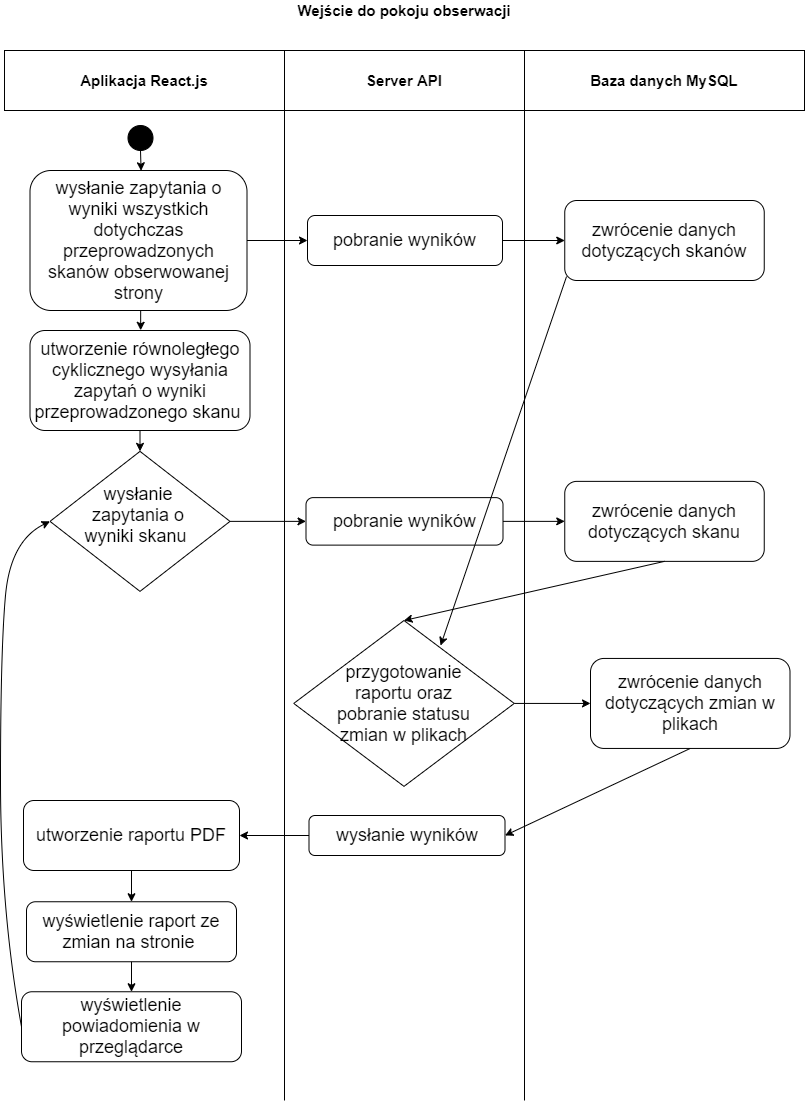
The draw.io diagram pdf/UML/observe-monitor-activity-uml.png in JanKulbinski/WebsiteMonitor, before a commit. Source tidied: cells renumbered, new cells last; positions are measured from the earlier drawing's top-left corner, leaving out a move shared by most shapes.
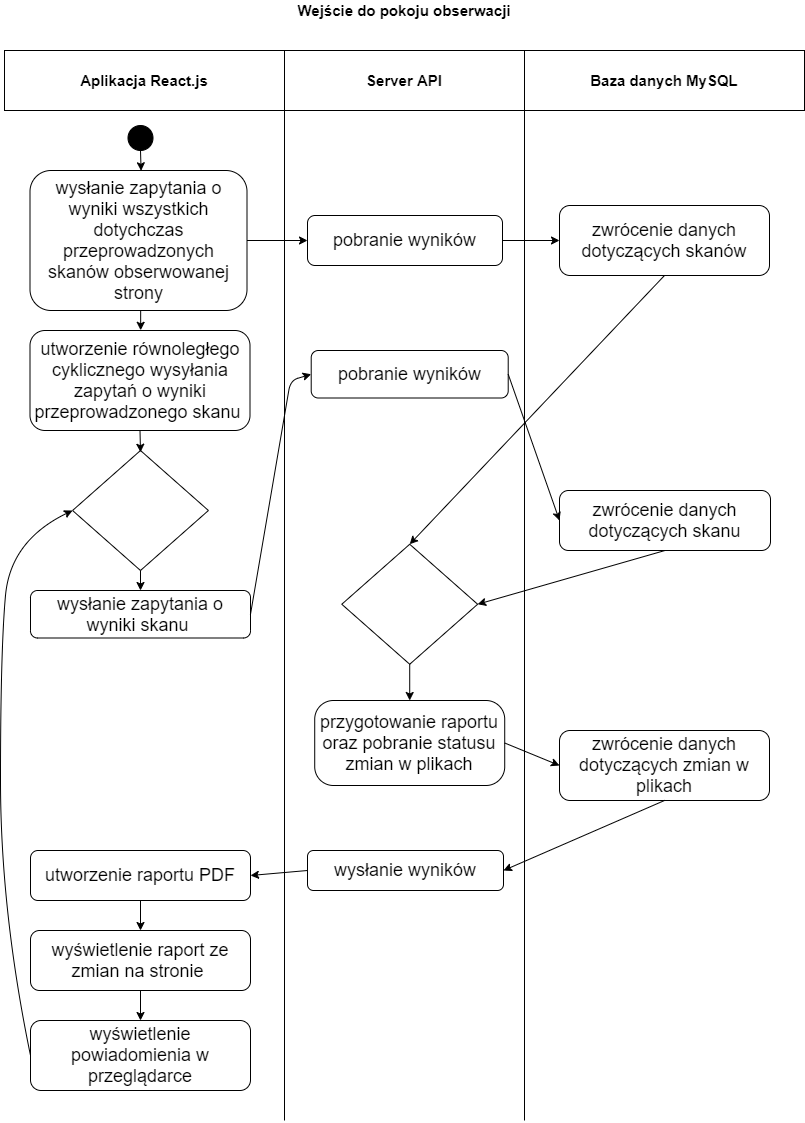
Above is the later version.

What changed in the source:
```diff
@@ -6,7 +6,7 @@
       <mxGeometry x="307" y="215" width="195" height="50" as="geometry" />
     </mxCell>
     <mxCell id="3" value="&lt;span style=&quot;font-size: 18px&quot;&gt;zwrócenie danych dotyczących zmian w plikach&lt;/span&gt;" style="rounded=1;whiteSpace=wrap;html=1;fillColor=none;" parent="1" vertex="1">
-      <mxGeometry x="590" y="657.9" width="199.5" height="90" as="geometry" />
+      <mxGeometry x="559" y="730" width="210" height="70" as="geometry" />
     </mxCell>
     <mxCell id="4" value="&lt;b&gt;&lt;font style=&quot;font-size: 15px&quot;&gt;Wejście do pokoju obserwacji&lt;/font&gt;&lt;/b&gt;" style="text;html=1;strokeColor=none;fillColor=none;align=center;verticalAlign=middle;whiteSpace=wrap;rounded=0;" parent="1" vertex="1">
       <mxGeometry x="241" width="326" height="20" as="geometry" />
@@ -17,23 +17,27 @@
     <mxCell id="6" style="endArrow=classic;html=1;exitX=0.5;exitY=1;exitDx=0;exitDy=0;entryX=0.512;entryY=0.002;entryDx=0;entryDy=0;entryPerimeter=0;" parent="1" edge="1" source="5" target="13">
       <mxGeometry relative="1" as="geometry" />
     </mxCell>
-    <mxCell id="7" style="endArrow=classic;html=1;entryX=0;entryY=0.5;entryDx=0;entryDy=0;exitX=1;exitY=0.5;exitDx=0;exitDy=0;" parent="1" edge="1" source="37" target="15">
-      <mxGeometry relative="1" as="geometry" />
+    <mxCell id="7" style="endArrow=classic;html=1;entryX=0;entryY=0.5;entryDx=0;entryDy=0;exitX=1;exitY=0.5;exitDx=0;exitDy=0;" parent="1" edge="1" source="36" target="15">
+      <mxGeometry relative="1" as="geometry">
+        <Array as="points">
+          <mxPoint x="290" y="380" />
+        </Array>
+      </mxGeometry>
     </mxCell>
     <mxCell id="8" value="&lt;span style=&quot;font-size: 18px&quot;&gt;wyświetlenie raport ze zmian na stronie&amp;nbsp;&lt;/span&gt;" style="rounded=1;whiteSpace=wrap;html=1;fillColor=none;" parent="1" vertex="1">
-      <mxGeometry x="26" y="901.2" width="210" height="60" as="geometry" />
+      <mxGeometry x="30" y="930" width="220" height="60" as="geometry" />
     </mxCell>
     <mxCell id="9" style="endArrow=classic;html=1;fontSize=16;exitX=1;exitY=0.5;exitDx=0;exitDy=0;entryX=0;entryY=0.5;entryDx=0;entryDy=0;" parent="1" edge="1" source="2" target="16">
       <mxGeometry relative="1" as="geometry" />
     </mxCell>
     <mxCell id="10" style="endArrow=none;html=1;fontSize=15;entryX=0;entryY=1;entryDx=0;entryDy=0;" parent="1" edge="1" target="22">
       <mxGeometry relative="1" as="geometry">
-        <mxPoint x="524" y="1100" as="sourcePoint" />
+        <mxPoint x="524" y="1120" as="sourcePoint" />
       </mxGeometry>
     </mxCell>
     <mxCell id="11" style="endArrow=none;html=1;fontSize=15;entryX=0;entryY=1;entryDx=0;entryDy=0;" parent="1" edge="1" target="21">
       <mxGeometry relative="1" as="geometry">
-        <mxPoint x="284" y="1100" as="sourcePoint" />
+        <mxPoint x="284" y="1120" as="sourcePoint" />
       </mxGeometry>
     </mxCell>
     <mxCell id="12" style="endArrow=classic;html=1;exitX=0.5;exitY=1;exitDx=0;exitDy=0;entryX=1;entryY=0.5;entryDx=0;entryDy=0;" parent="1" edge="1" source="3" target="28">
@@ -46,16 +50,16 @@
       <mxGeometry x="29.5" y="330" width="220" height="100" as="geometry" />
     </mxCell>
     <mxCell id="15" value="&lt;span style=&quot;font-size: 18px&quot;&gt;pobranie wyników&lt;/span&gt;" style="rounded=1;whiteSpace=wrap;html=1;fillColor=none;" parent="1" vertex="1">
-      <mxGeometry x="305.5" y="497.1" width="197" height="47.5" as="geometry" />
+      <mxGeometry x="310.7" y="350" width="197" height="47.5" as="geometry" />
     </mxCell>
     <mxCell id="16" value="&lt;span style=&quot;font-size: 18px&quot;&gt;zwrócenie danych dotyczących skanów&lt;/span&gt;" style="rounded=1;whiteSpace=wrap;html=1;fillColor=none;" parent="1" vertex="1">
-      <mxGeometry x="564.2" y="200" width="199.5" height="80" as="geometry" />
+      <mxGeometry x="559" y="205" width="210" height="70" as="geometry" />
     </mxCell>
     <mxCell id="17" value="&lt;span style=&quot;font-size: 18px&quot;&gt;wyświetlenie powiadomienia w przeglądarce&lt;/span&gt;" style="rounded=1;whiteSpace=wrap;html=1;fillColor=none;" parent="1" vertex="1">
-      <mxGeometry x="21" y="991.2" width="220" height="70" as="geometry" />
+      <mxGeometry x="30" y="1020" width="220" height="70" as="geometry" />
     </mxCell>
     <mxCell id="18" value="&lt;span style=&quot;font-size: 18px&quot;&gt;utworzenie raportu PDF&lt;/span&gt;" style="rounded=1;whiteSpace=wrap;html=1;fillColor=none;" parent="1" vertex="1">
-      <mxGeometry x="23" y="800" width="216" height="70" as="geometry" />
+      <mxGeometry x="30" y="850" width="220" height="50" as="geometry" />
     </mxCell>
     <mxCell id="19" style="endArrow=classic;html=1;exitX=1;exitY=0.5;exitDx=0;exitDy=0;entryX=0;entryY=0.5;entryDx=0;entryDy=0;" parent="1" edge="1" source="13" target="2">
       <mxGeometry relative="1" as="geometry" />
@@ -72,20 +76,20 @@
     <mxCell id="23" style="endArrow=classic;html=1;fontSize=16;exitX=1;exitY=0.5;exitDx=0;exitDy=0;entryX=0;entryY=0.5;entryDx=0;entryDy=0;" parent="1" edge="1" source="15" target="26">
       <mxGeometry relative="1" as="geometry" />
     </mxCell>
-    <mxCell id="24" style="endArrow=classic;html=1;exitX=0.009;exitY=0.95;exitDx=0;exitDy=0;exitPerimeter=0;entryX=0.666;entryY=0.151;entryDx=0;entryDy=0;entryPerimeter=0;" parent="1" edge="1" source="16" target="38">
+    <mxCell id="24" style="endArrow=classic;html=1;exitX=0.5;exitY=1;exitDx=0;exitDy=0;entryX=0;entryY=0.5;entryDx=0;entryDy=0;" parent="1" edge="1" source="16" target="38">
       <mxGeometry relative="1" as="geometry" />
     </mxCell>
-    <mxCell id="25" style="endArrow=classic;html=1;exitX=1;exitY=0.5;exitDx=0;exitDy=0;entryX=0;entryY=0.5;entryDx=0;entryDy=0;" parent="1" edge="1" source="38" target="3">
+    <mxCell id="25" style="endArrow=classic;html=1;entryX=0;entryY=0.5;entryDx=0;entryDy=0;exitX=1;exitY=0.5;exitDx=0;exitDy=0;" parent="1" edge="1" source="35" target="3">
       <mxGeometry relative="1" as="geometry" />
     </mxCell>
     <mxCell id="26" value="&lt;span style=&quot;font-size: 18px&quot;&gt;zwrócenie danych dotyczących skanu&lt;/span&gt;" style="rounded=1;whiteSpace=wrap;html=1;fillColor=none;" parent="1" vertex="1">
-      <mxGeometry x="564.2" y="480.9" width="199.5" height="80" as="geometry" />
+      <mxGeometry x="559" y="490" width="211" height="60" as="geometry" />
     </mxCell>
     <mxCell id="27" style="endArrow=classic;html=1;exitX=0.5;exitY=1;exitDx=0;exitDy=0;entryX=0.5;entryY=0;entryDx=0;entryDy=0;" parent="1" edge="1" source="26" target="38">
       <mxGeometry relative="1" as="geometry" />
     </mxCell>
     <mxCell id="28" value="&lt;span style=&quot;font-size: 18px&quot;&gt;wysłanie wyników&lt;/span&gt;" style="rounded=1;whiteSpace=wrap;html=1;fillColor=none;" parent="1" vertex="1">
-      <mxGeometry x="308.5" y="815" width="196" height="40" as="geometry" />
+      <mxGeometry x="307" y="850" width="196" height="40" as="geometry" />
     </mxCell>
     <mxCell id="29" style="endArrow=classic;html=1;entryX=1;entryY=0.5;entryDx=0;entryDy=0;exitX=0;exitY=0.5;exitDx=0;exitDy=0;" parent="1" edge="1" source="28" target="18">
       <mxGeometry relative="1" as="geometry" />
@@ -93,13 +97,15 @@
     <mxCell id="30" style="endArrow=classic;html=1;exitX=0.5;exitY=1;exitDx=0;exitDy=0;entryX=0.5;entryY=0;entryDx=0;entryDy=0;" parent="1" edge="1" source="8" target="17">
       <mxGeometry relative="1" as="geometry" />
     </mxCell>
-    <mxCell id="31" style="endArrow=classic;html=1;exitX=0.5;exitY=1;exitDx=0;exitDy=0;entryX=0.5;entryY=0;entryDx=0;entryDy=0;" parent="1" edge="1" source="14" target="37">
-      <mxGeometry relative="1" as="geometry" />
+    <mxCell id="31" style="endArrow=classic;html=1;exitX=0.5;exitY=1;exitDx=0;exitDy=0;entryX=0.5;entryY=0;entryDx=0;entryDy=0;" parent="1" edge="1" source="14">
+      <mxGeometry relative="1" as="geometry">
+        <mxPoint x="140" y="451.7" as="targetPoint" />
+      </mxGeometry>
     </mxCell>
     <mxCell id="32" style="endArrow=classic;html=1;exitX=0.5;exitY=1;exitDx=0;exitDy=0;entryX=0.5;entryY=0;entryDx=0;entryDy=0;" parent="1" edge="1" source="18" target="8">
       <mxGeometry relative="1" as="geometry" />
     </mxCell>
-    <mxCell id="33" style="curved=1;endArrow=classic;html=1;exitX=0;exitY=0.5;exitDx=0;exitDy=0;entryX=0;entryY=0.5;entryDx=0;entryDy=0;" parent="1" edge="1" source="17" target="37">
+    <mxCell id="33" style="curved=1;endArrow=classic;html=1;exitX=0;exitY=0.5;exitDx=0;exitDy=0;entryX=0.5;entryY=1;entryDx=0;entryDy=0;" parent="1" edge="1" source="17" target="42">
       <mxGeometry relative="1" as="geometry">
         <Array as="points">
           <mxPoint y="910" />
@@ -111,17 +117,26 @@
     <mxCell id="34" style="endArrow=classic;html=1;exitX=0.51;exitY=1.003;exitDx=0;exitDy=0;exitPerimeter=0;entryX=0.503;entryY=-0.002;entryDx=0;entryDy=0;entryPerimeter=0;" parent="1" edge="1" source="13" target="14">
       <mxGeometry relative="1" as="geometry" />
     </mxCell>
+    <mxCell id="38" style="rhombus;whiteSpace=wrap;html=1;gradientColor=#ffffff;fillColor=none;direction=south;" parent="1" vertex="1">
+      <mxGeometry x="341.3" y="543.8" width="135.9" height="120" as="geometry" />
+    </mxCell>
+    <mxCell id="36" value="&lt;span style=&quot;font-size: 18px&quot;&gt;wysłanie zapytania o wyniki skanu&amp;nbsp;&lt;/span&gt;" style="rounded=1;whiteSpace=wrap;html=1;fillColor=none;" parent="1" vertex="1">
+      <mxGeometry x="30" y="590" width="220" height="47.5" as="geometry" />
+    </mxCell>
+    <mxCell id="39" style="endArrow=classic;html=1;exitX=1;exitY=0.5;exitDx=0;exitDy=0;entryX=0.5;entryY=0;entryDx=0;entryDy=0;" parent="1" edge="1" source="42" target="36">
+      <mxGeometry relative="1" as="geometry" />
+    </mxCell>
-    <mxCell id="35" value="&lt;span style=&quot;font-size: 18px&quot;&gt;przygotowanie raportu oraz pobranie statusu zmian w plikach&lt;/span&gt;" style="text;html=1;strokeColor=none;fillColor=none;align=center;verticalAlign=middle;whiteSpace=wrap;rounded=0;" parent="1" vertex="1">
-      <mxGeometry x="318" y="668.8" width="171" height="68.2" as="geometry" />
+    <mxCell id="35" value="&lt;span style=&quot;color: rgb(0 , 0 , 0) ; font-family: &amp;#34;helvetica&amp;#34; ; font-size: 18px ; font-style: normal ; font-weight: 400 ; letter-spacing: normal ; text-align: center ; text-indent: 0px ; text-transform: none ; word-spacing: 0px ; display: inline ; float: none&quot;&gt;przygotowanie raportu oraz pobranie statusu zmian w plikach&lt;/span&gt;" style="rounded=1;whiteSpace=wrap;html=1;fillColor=none;arcSize=22;" parent="1" vertex="1">
+      <mxGeometry x="314.2" y="700" width="190" height="85" as="geometry" />
     </mxCell>
-    <mxCell id="36" value="&lt;span style=&quot;font-size: 18px&quot;&gt;wysłanie zapytania o wyniki skanu&amp;nbsp;&lt;/span&gt;" style="text;html=1;strokeColor=none;fillColor=none;align=center;verticalAlign=middle;whiteSpace=wrap;rounded=0;" parent="1" vertex="1">
-      <mxGeometry x="68" y="490" width="140" height="50" as="geometry" />
-    </mxCell>
-    <mxCell id="37" style="rhombus;whiteSpace=wrap;html=1;gradientColor=#ffffff;fillColor=none;" parent="1" vertex="1">
-      <mxGeometry x="49.5" y="450.9" width="180" height="140" as="geometry" />
-    </mxCell>
-    <mxCell id="38" style="rhombus;whiteSpace=wrap;html=1;gradientColor=#ffffff;fillColor=none;" parent="1" vertex="1">
-      <mxGeometry x="293.2" y="620" width="220.5" height="165.9" as="geometry" />
-    </mxCell>
+    <mxCell id="40" style="edgeStyle=orthogonalEdgeStyle;rounded=0;orthogonalLoop=1;jettySize=auto;html=1;exitX=0.5;exitY=1;exitDx=0;exitDy=0;" parent="1" edge="1" source="15" target="15">
+      <mxGeometry relative="1" as="geometry" />
+    </mxCell>
+    <mxCell id="41" style="endArrow=classic;html=1;exitX=1;exitY=0.5;exitDx=0;exitDy=0;entryX=0.5;entryY=0;entryDx=0;entryDy=0;" parent="1" edge="1" source="38" target="35">
+      <mxGeometry relative="1" as="geometry" />
+    </mxCell>
+    <mxCell id="42" style="rhombus;whiteSpace=wrap;html=1;gradientColor=#ffffff;fillColor=none;direction=south;" parent="1" vertex="1">
+      <mxGeometry x="72.1" y="450" width="135.9" height="120" as="geometry" />
+    </mxCell>
   </root>
 </mxGraphModel>
```
